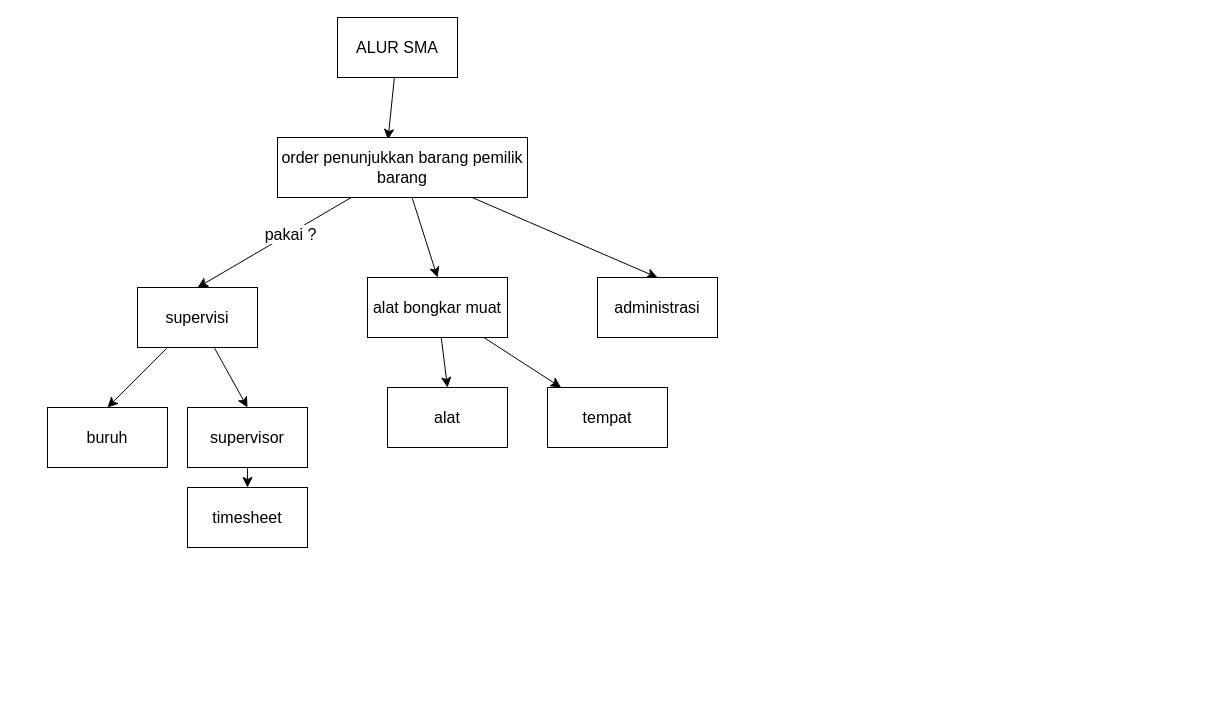
This is Untitled Diagram.drawio from mieburungdara/draw.io_transaksipuitang, a draw.io file, before an edit. Source tidied: cells renumbered, new cells numbered last; positions are measured from the earlier drawing's top-left corner, leaving out a move shared by most shapes. Both pictures are drawn from the tidied source at 100%, with x=0, y=0 at pixel (47, 17).
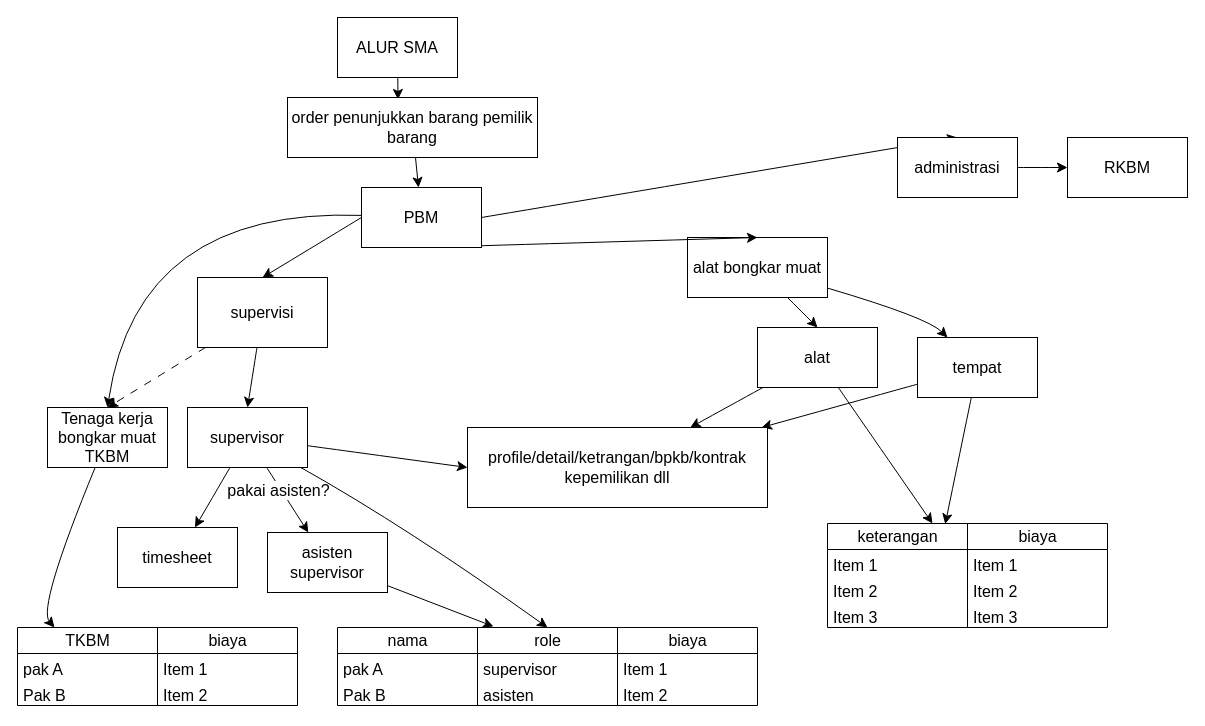
Above is the later version.

Commit message (it also covers changes not shown here):
alur SMA

The change refers to these unchanged cells:
```xml
<mxCell id="8" value="supervisor" style="rounded=0;whiteSpace=wrap;html=1;fontSize=16;" parent="1" vertex="1">
  <mxGeometry x="140" y="390" width="120" height="60" as="geometry" />
</mxCell>
```

Diff of the diagram source:
```diff
@@
-    <mxCell id="5" style="edgeStyle=none;curved=1;rounded=0;jettySize=auto;html=1;entryX=0.5;entryY=0;entryDx=0;entryDy=0;fontSize=12;startSize=8;endSize=8;" parent="1" edge="1" source="6" target="20">
+    <mxCell id="5" style="edgeStyle=none;curved=1;rounded=0;jettySize=auto;html=1;entryX=0.5;entryY=0;entryDx=0;entryDy=0;fontSize=12;startSize=8;endSize=8;dashed=1;dashPattern=8 8;" parent="1" edge="1" source="6" target="20">
       <mxGeometry relative="1" as="geometry" />
     </mxCell>
     <mxCell id="6" value="supervisi" style="rounded=0;whiteSpace=wrap;html=1;fontSize=16;" parent="1" vertex="1">
-      <mxGeometry x="90" y="270" width="120" height="60" as="geometry" />
+      <mxGeometry x="150" y="260" width="130" height="70" as="geometry" />
     </mxCell>
@@
+    <mxCell id="22" style="edgeStyle=none;curved=1;rounded=0;jettySize=auto;html=1;fontSize=12;startSize=8;endSize=8;" parent="1" edge="1" source="8" target="34">
+      <mxGeometry relative="1" as="geometry" />
+    </mxCell>
+    <mxCell id="23" value="pakai asisten?" style="edgeLabel;html=1;align=center;verticalAlign=middle;fontSize=16;" parent="22" vertex="1">
+      <mxGeometry x="-0.34" y="-3" relative="1" as="geometry" />
+    </mxCell>
+    <mxCell id="24" style="edgeStyle=none;curved=1;rounded=0;jettySize=auto;html=1;entryX=0.5;entryY=0;entryDx=0;entryDy=0;fontSize=12;startSize=8;endSize=8;" parent="1" edge="1" source="8" target="49">
+      <mxGeometry relative="1" as="geometry">
+        <Array as="points">
+          <mxPoint x="360" y="510" />
+        </Array>
+      </mxGeometry>
+    </mxCell>
+    <mxCell id="25" style="edgeStyle=none;curved=1;rounded=0;jettySize=auto;html=1;entryX=0;entryY=0.5;entryDx=0;entryDy=0;fontSize=12;startSize=8;endSize=8;" parent="1" edge="1" source="8" target="54">
+      <mxGeometry relative="1" as="geometry" />
+    </mxCell>
@@
     <mxCell id="10" style="edgeStyle=none;curved=1;rounded=0;jettySize=auto;html=1;fontSize=12;startSize=8;endSize=8;" parent="1" edge="1" source="11" target="19">
-      <mxGeometry relative="1" as="geometry" />
+      <mxGeometry relative="1" as="geometry">
+        <Array as="points">
+          <mxPoint x="880" y="300" />
+        </Array>
+      </mxGeometry>
     </mxCell>
     <mxCell id="11" value="alat bongkar muat" style="rounded=0;whiteSpace=wrap;html=1;fontSize=16;" parent="1" vertex="1">
-      <mxGeometry x="320" y="260" width="140" height="60" as="geometry" />
+      <mxGeometry x="640" y="220" width="140" height="60" as="geometry" />
     </mxCell>
-    <mxCell id="12" style="edgeStyle=none;curved=1;rounded=0;jettySize=auto;html=1;entryX=0.5;entryY=0;entryDx=0;entryDy=0;fontSize=12;startSize=8;endSize=8;" parent="1" edge="1" source="16" target="6">
+    <mxCell id="12" style="edgeStyle=none;curved=1;rounded=0;jettySize=auto;html=1;entryX=0.5;entryY=0;entryDx=0;entryDy=0;fontSize=12;startSize=8;endSize=8;exitX=0;exitY=0.5;exitDx=0;exitDy=0;" parent="1" edge="1" source="53" target="6">
       <mxGeometry relative="1" as="geometry" />
     </mxCell>
-    <mxCell id="13" value="pakai ?" style="edgeLabel;html=1;align=center;verticalAlign=middle;fontSize=16;" parent="12" vertex="1">
-      <mxGeometry x="-0.2" y="1" relative="1" as="geometry" />
-    </mxCell>
-    <mxCell id="14" style="edgeStyle=none;curved=1;rounded=0;jettySize=auto;html=1;entryX=0.5;entryY=0;entryDx=0;entryDy=0;fontSize=12;startSize=8;endSize=8;" parent="1" edge="1" source="16" target="11">
+    <mxCell id="14" style="edgeStyle=none;curved=1;rounded=0;jettySize=auto;html=1;entryX=0.5;entryY=0;entryDx=0;entryDy=0;fontSize=12;startSize=8;endSize=8;exitX=0.5;exitY=1;exitDx=0;exitDy=0;" parent="1" edge="1" source="53" target="11">
       <mxGeometry relative="1" as="geometry" />
     </mxCell>
-    <mxCell id="15" style="edgeStyle=none;curved=1;rounded=0;jettySize=auto;html=1;entryX=0.5;entryY=0;entryDx=0;entryDy=0;fontSize=12;startSize=8;endSize=8;" parent="1" edge="1" source="16" target="17">
+    <mxCell id="15" style="edgeStyle=none;curved=1;rounded=0;jettySize=auto;html=1;entryX=0.5;entryY=0;entryDx=0;entryDy=0;fontSize=12;startSize=8;endSize=8;exitX=1;exitY=0.5;exitDx=0;exitDy=0;" parent="1" edge="1" source="53" target="17">
       <mxGeometry relative="1" as="geometry" />
     </mxCell>
+    <mxCell id="26" style="edgeStyle=none;curved=1;rounded=0;jettySize=auto;html=1;fontSize=12;startSize=8;endSize=8;" parent="1" edge="1" source="16" target="53">
+      <mxGeometry relative="1" as="geometry" />
+    </mxCell>
     <mxCell id="16" value="order penunjukkan barang pemilik barang" style="rounded=0;whiteSpace=wrap;html=1;fontSize=16;" parent="1" vertex="1">
-      <mxGeometry x="230" y="120" width="250" height="60" as="geometry" />
+      <mxGeometry x="240" y="80" width="250" height="60" as="geometry" />
     </mxCell>
+    <mxCell id="27" style="edgeStyle=none;curved=1;rounded=0;jettySize=auto;html=1;fontSize=12;startSize=8;endSize=8;" parent="1" edge="1" source="17" target="55">
+      <mxGeometry relative="1" as="geometry" />
+    </mxCell>
     <mxCell id="17" value="administrasi" style="rounded=0;whiteSpace=wrap;html=1;fontSize=16;" parent="1" vertex="1">
-      <mxGeometry x="550" y="260" width="120" height="60" as="geometry" />
+      <mxGeometry x="850" y="120" width="120" height="60" as="geometry" />
     </mxCell>
+    <mxCell id="28" style="edgeStyle=none;curved=1;rounded=0;jettySize=auto;html=1;fontSize=12;startSize=8;endSize=8;" parent="1" edge="1" source="18" target="54">
+      <mxGeometry relative="1" as="geometry" />
+    </mxCell>
+    <mxCell id="29" style="edgeStyle=none;curved=1;rounded=0;jettySize=auto;html=1;entryX=0.75;entryY=0;entryDx=0;entryDy=0;fontSize=12;startSize=8;endSize=8;" parent="1" edge="1" source="18" target="57">
+      <mxGeometry relative="1" as="geometry" />
+    </mxCell>
     <mxCell id="18" value="alat" style="rounded=0;whiteSpace=wrap;html=1;fontSize=16;" parent="1" vertex="1">
-      <mxGeometry x="340" y="370" width="120" height="60" as="geometry" />
+      <mxGeometry x="710" y="310" width="120" height="60" as="geometry" />
     </mxCell>
+    <mxCell id="30" style="edgeStyle=none;curved=1;rounded=0;jettySize=auto;html=1;fontSize=12;startSize=8;endSize=8;" parent="1" edge="1" source="19" target="54">
+      <mxGeometry relative="1" as="geometry" />
+    </mxCell>
+    <mxCell id="31" style="edgeStyle=none;curved=1;rounded=0;jettySize=auto;html=1;entryX=0.841;entryY=0.005;entryDx=0;entryDy=0;entryPerimeter=0;fontSize=12;startSize=8;endSize=8;" parent="1" edge="1" source="19" target="57">
+      <mxGeometry relative="1" as="geometry" />
+    </mxCell>
     <mxCell id="19" value="tempat" style="rounded=0;whiteSpace=wrap;html=1;fontSize=16;" parent="1" vertex="1">
-      <mxGeometry x="500" y="370" width="120" height="60" as="geometry" />
+      <mxGeometry x="870" y="320" width="120" height="60" as="geometry" />
     </mxCell>
+    <mxCell id="32" style="edgeStyle=none;curved=1;rounded=0;jettySize=auto;html=1;fontSize=12;startSize=8;endSize=8;" parent="1" edge="1" source="20" target="36">
+      <mxGeometry relative="1" as="geometry">
+        <Array as="points">
+          <mxPoint x="-10" y="590" />
+        </Array>
+      </mxGeometry>
+    </mxCell>
-    <mxCell id="20" value="buruh" style="rounded=0;whiteSpace=wrap;html=1;fontSize=16;" parent="1" vertex="1">
+    <mxCell id="20" value="Tenaga kerja bongkar muat TKBM" style="rounded=0;whiteSpace=wrap;html=1;fontSize=16;" parent="1" vertex="1">
       <mxGeometry y="390" width="120" height="60" as="geometry" />
     </mxCell>
     <mxCell id="21" value="timesheet" style="rounded=0;whiteSpace=wrap;html=1;fontSize=16;" parent="1" vertex="1">
-      <mxGeometry x="140" y="470" width="120" height="60" as="geometry" />
+      <mxGeometry x="70" y="510" width="120" height="60" as="geometry" />
     </mxCell>
+    <mxCell id="33" style="edgeStyle=none;curved=1;rounded=0;jettySize=auto;html=1;entryX=0.114;entryY=-0.013;entryDx=0;entryDy=0;entryPerimeter=0;fontSize=12;startSize=8;endSize=8;" parent="1" edge="1" source="34" target="49">
+      <mxGeometry relative="1" as="geometry" />
+    </mxCell>
+    <mxCell id="34" value="asisten supervisor" style="rounded=0;whiteSpace=wrap;html=1;fontSize=16;" parent="1" vertex="1">
+      <mxGeometry x="220" y="515" width="120" height="60" as="geometry" />
+    </mxCell>
+    <mxCell id="35" style="group;" parent="1" vertex="1">
+      <mxGeometry x="-30" y="610" width="280" height="78" as="geometry" />
+    </mxCell>
+    <mxCell id="36" value="TKBM" style="swimlane;fontStyle=0;horizontal=1;startSize=26;fillColor=none;html=1;fontSize=16;" parent="35" vertex="1">
+      <mxGeometry width="140" height="78" as="geometry" />
+    </mxCell>
+    <mxCell id="37" value="pak A" style="text;strokeColor=none;fillColor=none;align=left;verticalAlign=top;spacingLeft=4;spacingRight=4;overflow=hidden;whiteSpace=wrap;html=1;fontSize=16;" parent="36" vertex="1">
+      <mxGeometry y="26" width="140" height="26" as="geometry" />
+    </mxCell>
+    <mxCell id="38" value="Pak B" style="text;strokeColor=none;fillColor=none;align=left;verticalAlign=top;spacingLeft=4;spacingRight=4;overflow=hidden;whiteSpace=wrap;html=1;fontSize=16;" parent="36" vertex="1">
+      <mxGeometry y="52" width="140" height="26" as="geometry" />
+    </mxCell>
+    <mxCell id="39" value="biaya" style="swimlane;fontStyle=0;horizontal=1;startSize=26;fillColor=none;html=1;fontSize=16;" parent="35" vertex="1">
+      <mxGeometry x="140" width="140" height="78" as="geometry" />
+    </mxCell>
+    <mxCell id="40" value="Item 1" style="text;strokeColor=none;fillColor=none;align=left;verticalAlign=top;spacingLeft=4;spacingRight=4;overflow=hidden;whiteSpace=wrap;html=1;fontSize=16;" parent="39" vertex="1">
+      <mxGeometry y="26" width="140" height="26" as="geometry" />
+    </mxCell>
+    <mxCell id="41" value="Item 2" style="text;strokeColor=none;fillColor=none;align=left;verticalAlign=top;spacingLeft=4;spacingRight=4;overflow=hidden;whiteSpace=wrap;html=1;fontSize=16;" parent="39" vertex="1">
+      <mxGeometry y="52" width="140" height="26" as="geometry" />
+    </mxCell>
+    <mxCell id="42" style="group;" parent="1" vertex="1">
+      <mxGeometry x="290" y="610" width="420" height="78" as="geometry" />
+    </mxCell>
+    <mxCell id="43" value="nama" style="swimlane;fontStyle=0;horizontal=1;startSize=26;fillColor=none;html=1;fontSize=16;" parent="42" vertex="1">
+      <mxGeometry width="140" height="78" as="geometry" />
+    </mxCell>
+    <mxCell id="44" value="pak A" style="text;strokeColor=none;fillColor=none;align=left;verticalAlign=top;spacingLeft=4;spacingRight=4;overflow=hidden;whiteSpace=wrap;html=1;fontSize=16;" parent="43" vertex="1">
+      <mxGeometry y="26" width="140" height="26" as="geometry" />
+    </mxCell>
+    <mxCell id="45" value="Pak B" style="text;strokeColor=none;fillColor=none;align=left;verticalAlign=top;spacingLeft=4;spacingRight=4;overflow=hidden;whiteSpace=wrap;html=1;fontSize=16;" parent="43" vertex="1">
+      <mxGeometry y="52" width="140" height="26" as="geometry" />
+    </mxCell>
+    <mxCell id="46" value="biaya" style="swimlane;fontStyle=0;horizontal=1;startSize=26;fillColor=none;html=1;fontSize=16;" parent="42" vertex="1">
+      <mxGeometry x="280" width="140" height="78" as="geometry" />
+    </mxCell>
+    <mxCell id="47" value="Item 1" style="text;strokeColor=none;fillColor=none;align=left;verticalAlign=top;spacingLeft=4;spacingRight=4;overflow=hidden;whiteSpace=wrap;html=1;fontSize=16;" parent="46" vertex="1">
+      <mxGeometry y="26" width="140" height="26" as="geometry" />
+    </mxCell>
+    <mxCell id="48" value="Item 2" style="text;strokeColor=none;fillColor=none;align=left;verticalAlign=top;spacingLeft=4;spacingRight=4;overflow=hidden;whiteSpace=wrap;html=1;fontSize=16;" parent="46" vertex="1">
+      <mxGeometry y="52" width="140" height="26" as="geometry" />
+    </mxCell>
+    <mxCell id="49" value="role" style="swimlane;fontStyle=0;horizontal=1;startSize=26;fillColor=none;html=1;fontSize=16;" parent="42" vertex="1">
+      <mxGeometry x="140" width="140" height="78" as="geometry" />
+    </mxCell>
+    <mxCell id="50" value="supervisor" style="text;strokeColor=none;fillColor=none;align=left;verticalAlign=top;spacingLeft=4;spacingRight=4;overflow=hidden;whiteSpace=wrap;html=1;fontSize=16;" parent="49" vertex="1">
+      <mxGeometry y="26" width="140" height="26" as="geometry" />
+    </mxCell>
+    <mxCell id="51" value="asisten" style="text;strokeColor=none;fillColor=none;align=left;verticalAlign=top;spacingLeft=4;spacingRight=4;overflow=hidden;whiteSpace=wrap;html=1;fontSize=16;" parent="49" vertex="1">
+      <mxGeometry y="52" width="140" height="26" as="geometry" />
+    </mxCell>
+    <mxCell id="52" style="edgeStyle=none;curved=1;rounded=0;jettySize=auto;html=1;entryX=0.5;entryY=0;entryDx=0;entryDy=0;fontSize=12;startSize=8;endSize=8;" parent="1" edge="1" source="53" target="20">
+      <mxGeometry relative="1" as="geometry">
+        <Array as="points">
+          <mxPoint x="90" y="190" />
+        </Array>
+      </mxGeometry>
+    </mxCell>
+    <mxCell id="53" value="PBM" style="rounded=0;whiteSpace=wrap;html=1;fontSize=16;" parent="1" vertex="1">
+      <mxGeometry x="314" y="170" width="120" height="60" as="geometry" />
+    </mxCell>
+    <mxCell id="54" value="profile/detail/ketrangan/bpkb/kontrak kepemilikan dll" style="rounded=0;whiteSpace=wrap;html=1;fontSize=16;" parent="1" vertex="1">
+      <mxGeometry x="420" y="410" width="300" height="80" as="geometry" />
+    </mxCell>
+    <mxCell id="55" value="RKBM" style="rounded=0;whiteSpace=wrap;html=1;fontSize=16;" parent="1" vertex="1">
+      <mxGeometry x="1020" y="120" width="120" height="60" as="geometry" />
+    </mxCell>
+    <mxCell id="56" style="group;" parent="1" vertex="1">
+      <mxGeometry x="780" y="506" width="280" height="104" as="geometry" />
+    </mxCell>
+    <mxCell id="57" value="keterangan" style="swimlane;fontStyle=0;horizontal=1;startSize=26;fillColor=none;html=1;fontSize=16;" parent="56" vertex="1">
+      <mxGeometry width="140" height="104" as="geometry" />
+    </mxCell>
+    <mxCell id="58" value="Item 1" style="text;strokeColor=none;fillColor=none;align=left;verticalAlign=top;spacingLeft=4;spacingRight=4;overflow=hidden;whiteSpace=wrap;html=1;fontSize=16;" parent="57" vertex="1">
+      <mxGeometry y="26" width="140" height="26" as="geometry" />
+    </mxCell>
+    <mxCell id="59" value="Item 2" style="text;strokeColor=none;fillColor=none;align=left;verticalAlign=top;spacingLeft=4;spacingRight=4;overflow=hidden;whiteSpace=wrap;html=1;fontSize=16;" parent="57" vertex="1">
+      <mxGeometry y="52" width="140" height="26" as="geometry" />
+    </mxCell>
+    <mxCell id="60" value="Item 3" style="text;strokeColor=none;fillColor=none;align=left;verticalAlign=top;spacingLeft=4;spacingRight=4;overflow=hidden;whiteSpace=wrap;html=1;fontSize=16;" parent="57" vertex="1">
+      <mxGeometry y="78" width="140" height="26" as="geometry" />
+    </mxCell>
+    <mxCell id="61" value="biaya" style="swimlane;fontStyle=0;horizontal=1;startSize=26;fillColor=none;html=1;fontSize=16;" parent="56" vertex="1">
+      <mxGeometry x="140" width="140" height="104" as="geometry" />
+    </mxCell>
+    <mxCell id="62" value="Item 1" style="text;strokeColor=none;fillColor=none;align=left;verticalAlign=top;spacingLeft=4;spacingRight=4;overflow=hidden;whiteSpace=wrap;html=1;fontSize=16;" parent="61" vertex="1">
+      <mxGeometry y="26" width="140" height="26" as="geometry" />
+    </mxCell>
+    <mxCell id="63" value="Item 2" style="text;strokeColor=none;fillColor=none;align=left;verticalAlign=top;spacingLeft=4;spacingRight=4;overflow=hidden;whiteSpace=wrap;html=1;fontSize=16;" parent="61" vertex="1">
+      <mxGeometry y="52" width="140" height="26" as="geometry" />
+    </mxCell>
+    <mxCell id="64" value="Item 3" style="text;strokeColor=none;fillColor=none;align=left;verticalAlign=top;spacingLeft=4;spacingRight=4;overflow=hidden;whiteSpace=wrap;html=1;fontSize=16;" parent="61" vertex="1">
+      <mxGeometry y="78" width="140" height="26" as="geometry" />
+    </mxCell>
```
